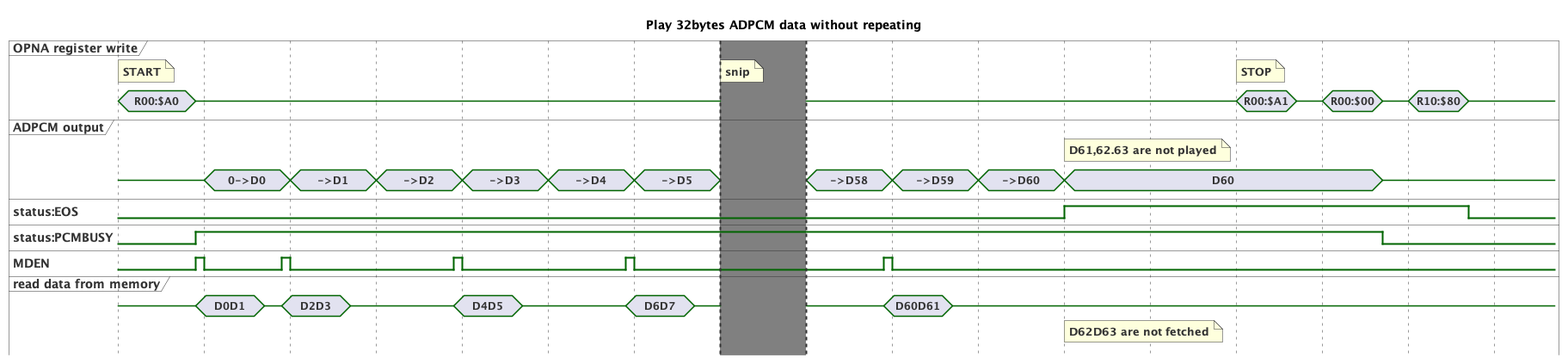
Earlier version of the PlantUML export chart/adpcm_play.png (hyano/opna-analyze).
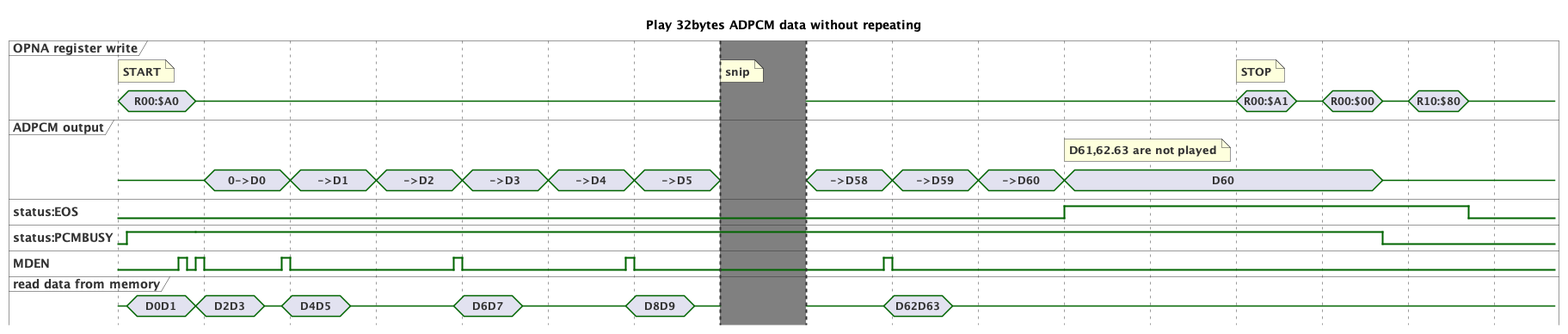
After the change.

Change to the diagram source:
```diff
@@ -21,11 +21,18 @@
 note top of OPNA: START
 OUT is {-}
 RD is {-}
-@+90
+@+10
+PCMBUSY is high
+RD is "D0D1"
+@+60
+MDEN is high
+@+10
+MDEN is low
+@+10
 OPNA is {-}
 PCMBUSY is high
 MDEN is high
-RD is "D0D1"
+RD is "D2D3"
 @+10
 MDEN is low
 @+70
@@ -36,7 +43,7 @@
 OUT is "0->D0"
 @+90
 MDEN is high
-RD is "D2D3"
+RD is "D4D5"
 @+10
 MDEN is low
 @+70
@@ -50,7 +57,7 @@
 OUT is "->D2"
 @+90
 MDEN is high
-RD is "D4D5"
+RD is "D6D7"
 @+10
 MDEN is low
 @+70
@@ -64,7 +71,7 @@
 OUT is "->D4"
 @+90
 MDEN is high
-RD is "D6D7"
+RD is "D8D9"
 @+10
 MDEN is low
 @+70
@@ -90,7 +97,7 @@
 RD is {-}
 @+90
 MDEN is high
-RD is "D60D61"
+RD is "D62D63"
 @+10
 MDEN is low
 @+70
@@ -108,7 +115,6 @@
 note top of OUT: D61,62.63 are not played
 OUT is "D60"
 EOS is high
-note bottom of RD: D62D63 are not fetched
 
 
 
```
